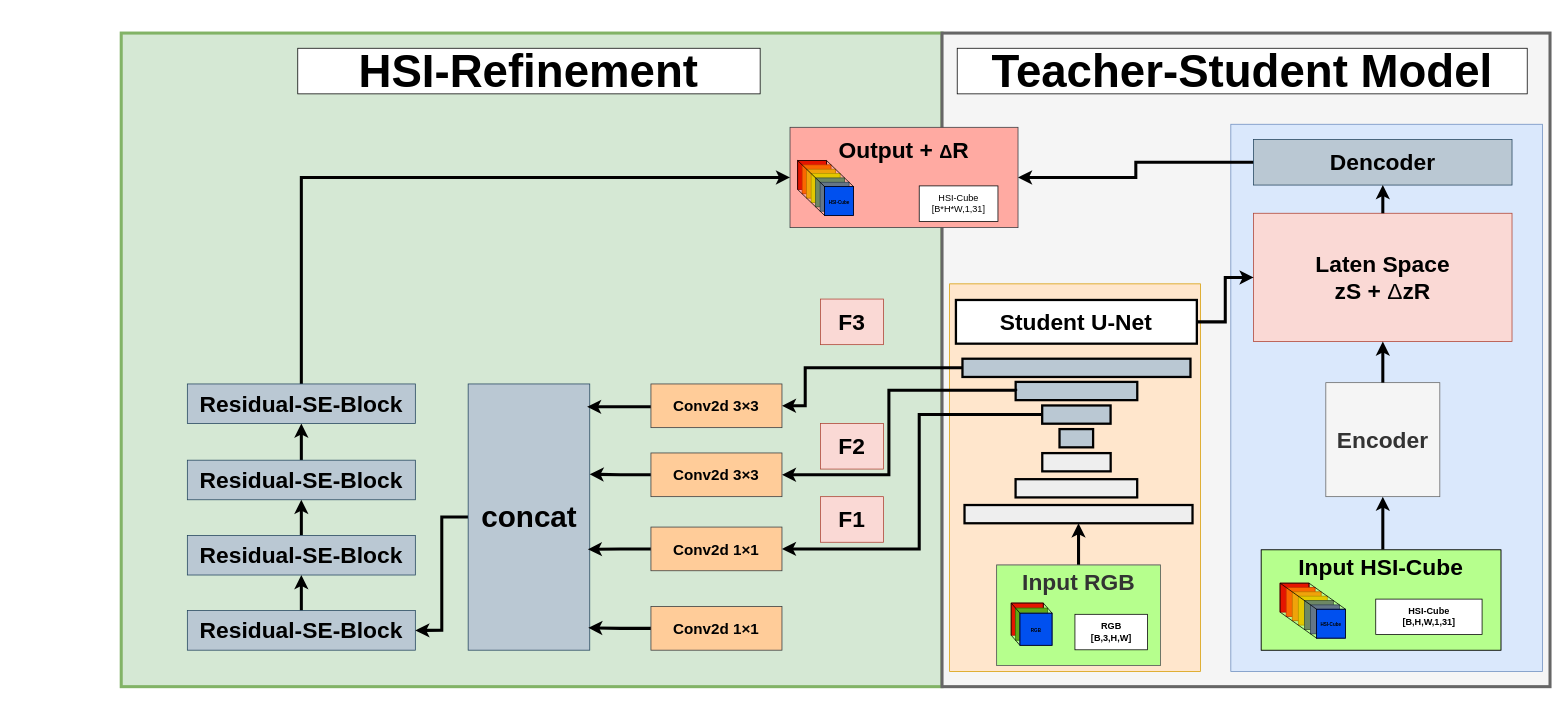
This is page "Kopie von Seite-1" (2 of 3) of deltaRefinement.drawio from Kevb-source/diagramms.net, a draw.io file, before an edit. Source tidied: cells renumbered, new cells numbered last; positions are measured from the earlier drawing's top-left corner, leaving out a move shared by most shapes. Both pictures are drawn from the tidied source at 76%, with x=0, y=0 at pixel (121, 33).
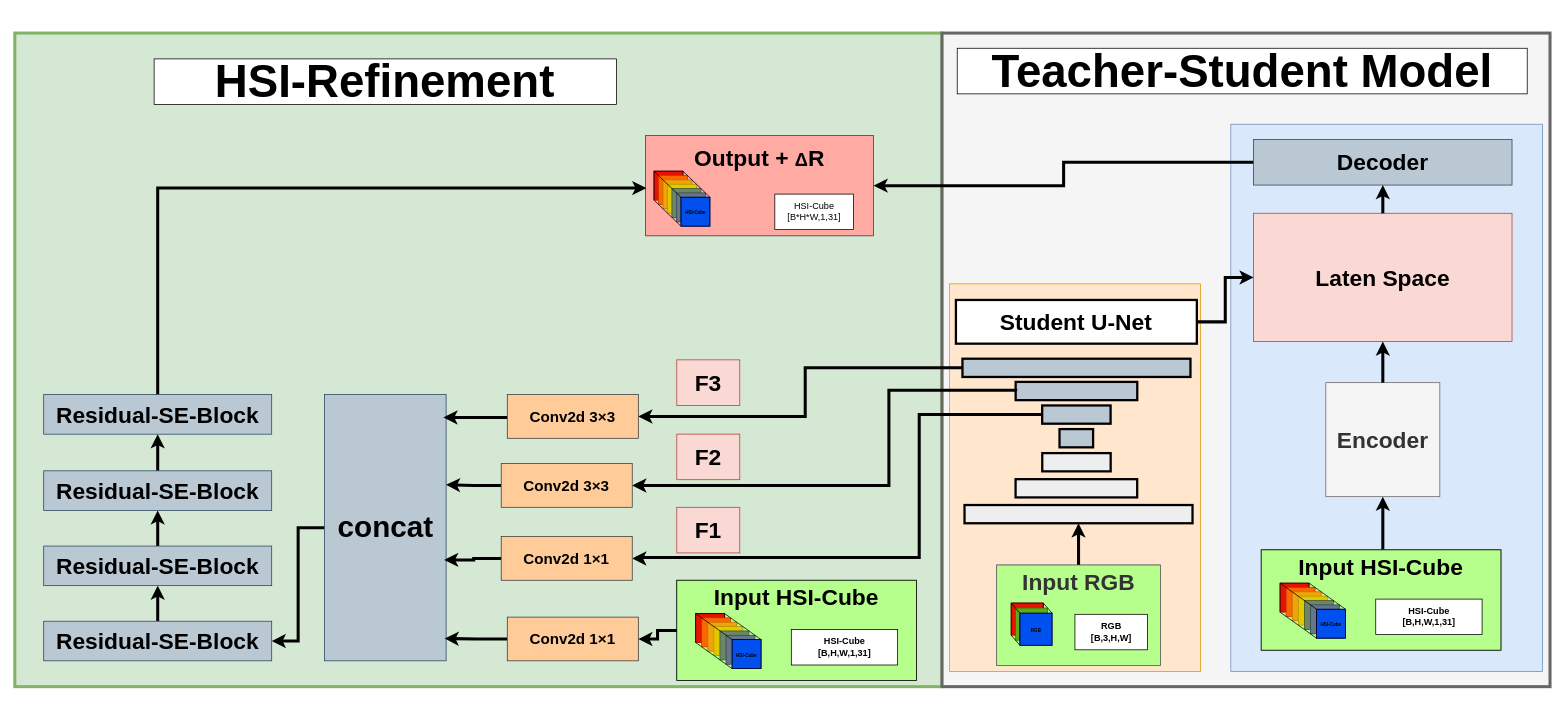
After the change.

Unchanged cells that the change refers to:
```xml
<mxCell id="3" style="group;fillColor=default;" parent="1" vertex="1">
  <mxGeometry x="1080" width="800" height="860" as="geometry" />
</mxCell>
<mxCell id="9" style="rounded=0;whiteSpace=wrap;html=1;fillColor=#BAC8D3;strokeColor=#000000;strokeWidth=3;fontColor=#ffffff;" parent="3" vertex="1">
  <mxGeometry x="26.9" y="428.5" width="300" height="24" as="geometry" />
</mxCell>
<mxCell id="11" style="rounded=0;whiteSpace=wrap;html=1;fillColor=#BAC8D3;strokeColor=#000000;strokeWidth=3;fontColor=#ffffff;" parent="3" vertex="1">
  <mxGeometry x="96.9" y="459" width="160" height="24" as="geometry" />
</mxCell>
<mxCell id="12" style="rounded=0;whiteSpace=wrap;html=1;fillColor=#BAC8D3;strokeColor=#000000;strokeWidth=3;fontColor=#ffffff;" parent="3" vertex="1">
  <mxGeometry x="131.8" y="490" width="90" height="24" as="geometry" />
</mxCell>
```

Diff of the diagram source:
```diff
@@
     <mxCell id="2" value="&lt;h1&gt;&lt;br&gt;&lt;/h1&gt;" style="rounded=0;whiteSpace=wrap;html=1;strokeWidth=4;fillColor=#d5e8d4;strokeColor=#82b366;" parent="1" vertex="1">
-      <mxGeometry width="1080" height="860" as="geometry" />
+      <mxGeometry x="-140" width="1220" height="860" as="geometry" />
     </mxCell>
@@
-    <mxCell id="30" style="group;" parent="3" vertex="1">
-      <mxGeometry x="-60" y="124" width="217.5" height="132" as="geometry" />
-    </mxCell>
-    <mxCell id="31" value="&lt;br&gt;&lt;h1 align=&quot;center&quot;&gt;&lt;span&gt;&lt;font style=&quot;font-size: 30px;&quot;&gt;Output +&amp;nbsp;&lt;/font&gt;&lt;/span&gt;Δ&lt;span&gt;&lt;font style=&quot;font-size: 30px;&quot;&gt;R&lt;/font&gt;&lt;/span&gt;&lt;/h1&gt;&lt;div&gt;&lt;br&gt;&lt;/div&gt;&lt;div&gt;&lt;br&gt;&lt;/div&gt;&lt;div&gt;&lt;br&gt;&lt;/div&gt;&lt;div&gt;&lt;br&gt;&lt;/div&gt;&lt;div&gt;&lt;br&gt;&lt;/div&gt;&lt;div&gt;&lt;br&gt;&lt;/div&gt;" style="rounded=0;whiteSpace=wrap;html=1;align=center;fillColor=#FFAAA2;strokeColor=#36393d;fontStyle=0;" parent="30" vertex="1">
-      <mxGeometry x="-140" width="300" height="132" as="geometry" />
+    <mxCell id="31" value="&lt;br&gt;&lt;h1 align=&quot;center&quot;&gt;&lt;span&gt;&lt;font style=&quot;font-size: 30px;&quot;&gt;Output +&amp;nbsp;&lt;/font&gt;&lt;/span&gt;Δ&lt;span&gt;&lt;font style=&quot;font-size: 30px;&quot;&gt;R&lt;/font&gt;&lt;/span&gt;&lt;/h1&gt;&lt;div&gt;&lt;br&gt;&lt;/div&gt;&lt;div&gt;&lt;br&gt;&lt;/div&gt;&lt;div&gt;&lt;br&gt;&lt;/div&gt;&lt;div&gt;&lt;br&gt;&lt;/div&gt;&lt;div&gt;&lt;br&gt;&lt;/div&gt;&lt;div&gt;&lt;br&gt;&lt;/div&gt;" style="rounded=0;whiteSpace=wrap;html=1;align=center;fillColor=#FFAAA2;strokeColor=#36393d;fontStyle=0;" parent="3" vertex="1">
+      <mxGeometry x="-390" y="134.8" width="300" height="132" as="geometry" />
     </mxCell>
-    <mxCell id="32" value="HSI-Cube&lt;br&gt;[B*H*W,1,31]" style="rounded=0;whiteSpace=wrap;html=1;" parent="30" vertex="1">
-      <mxGeometry x="30" y="77.1" width="103.6" height="46.7" as="geometry" />
+    <mxCell id="32" value="HSI-Cube&lt;br&gt;[B*H*W,1,31]" style="rounded=0;whiteSpace=wrap;html=1;" parent="3" vertex="1">
+      <mxGeometry x="-220" y="211.9" width="103.6" height="46.7" as="geometry" />
     </mxCell>
-    <mxCell id="33" style="group;" parent="30" vertex="1">
-      <mxGeometry x="-130" y="43.7" width="82.9" height="80" as="geometry" />
-    </mxCell>
-    <mxCell id="34" style="whiteSpace=wrap;html=1;fillColor=#e51400;fontColor=#ffffff;strokeColor=#B20000;" parent="33" vertex="1">
-      <mxGeometry width="38.1" height="38.1" as="geometry" />
+    <mxCell id="34" style="whiteSpace=wrap;html=1;fillColor=#e51400;fontColor=#ffffff;strokeColor=#B20000;" parent="3" vertex="1">
+      <mxGeometry x="-379" y="181.7" width="38.1" height="38.1" as="geometry" />
     </mxCell>
-    <mxCell id="35" style="endArrow=none;html=1;rounded=0;entryX=1;entryY=0;entryDx=0;entryDy=0;exitX=1;exitY=1;exitDx=0;exitDy=0;" parent="33" edge="1" source="34" target="34">
+    <mxCell id="35" style="endArrow=none;html=1;rounded=0;entryX=1;entryY=0;entryDx=0;entryDy=0;exitX=1;exitY=1;exitDx=0;exitDy=0;" parent="3" edge="1" source="34" target="34">
       <mxGeometry relative="1" as="geometry" />
     </mxCell>
-    <mxCell id="36" style="whiteSpace=wrap;html=1;fillColor=#fa6800;fontColor=#000000;strokeColor=#C73500;" parent="33" vertex="1">
-      <mxGeometry x="5.9" y="5.7" width="38.1" height="38.1" as="geometry" />
+    <mxCell id="36" style="whiteSpace=wrap;html=1;fillColor=#fa6800;fontColor=#000000;strokeColor=#C73500;" parent="3" vertex="1">
+      <mxGeometry x="-373.1" y="187.5" width="38.1" height="38.1" as="geometry" />
     </mxCell>
-    <mxCell id="37" style="whiteSpace=wrap;html=1;fillColor=#f0a30a;fontColor=#000000;strokeColor=#BD7000;" parent="33" vertex="1">
-      <mxGeometry x="11.8" y="11.4" width="38.1" height="38.1" as="geometry" />
+    <mxCell id="37" style="whiteSpace=wrap;html=1;fillColor=#f0a30a;fontColor=#000000;strokeColor=#BD7000;" parent="3" vertex="1">
+      <mxGeometry x="-367.2" y="193.2" width="38.1" height="38.1" as="geometry" />
     </mxCell>
-    <mxCell id="38" style="whiteSpace=wrap;html=1;fillColor=#e3c800;fontColor=#000000;strokeColor=#B09500;" parent="33" vertex="1">
-      <mxGeometry x="17.8" y="17.1" width="38.1" height="38.1" as="geometry" />
+    <mxCell id="38" style="whiteSpace=wrap;html=1;fillColor=#e3c800;fontColor=#000000;strokeColor=#B09500;" parent="3" vertex="1">
+      <mxGeometry x="-361.3" y="198.9" width="38.1" height="38.1" as="geometry" />
     </mxCell>
-    <mxCell id="39" style="whiteSpace=wrap;html=1;fillColor=#6d8764;fontColor=#ffffff;strokeColor=#3A5431;" parent="33" vertex="1">
-      <mxGeometry x="23.7" y="22.9" width="38.1" height="38.1" as="geometry" />
+    <mxCell id="39" style="whiteSpace=wrap;html=1;fillColor=#6d8764;fontColor=#ffffff;strokeColor=#3A5431;" parent="3" vertex="1">
+      <mxGeometry x="-355.4" y="204.6" width="38.1" height="38.1" as="geometry" />
     </mxCell>
-    <mxCell id="40" style="whiteSpace=wrap;html=1;fillColor=#647687;fontColor=#ffffff;strokeColor=#314354;" parent="33" vertex="1">
-      <mxGeometry x="29.6" y="28.6" width="38.1" height="38.1" as="geometry" />
+    <mxCell id="40" style="whiteSpace=wrap;html=1;fillColor=#647687;fontColor=#ffffff;strokeColor=#314354;" parent="3" vertex="1">
+      <mxGeometry x="-349.4" y="210.3" width="38.1" height="38.1" as="geometry" />
     </mxCell>
-    <mxCell id="41" style="whiteSpace=wrap;html=1;fillColor=#0050ef;strokeColor=#001DBC;fontColor=#ffffff;" parent="33" vertex="1">
-      <mxGeometry x="35.5" y="34.3" width="38.1" height="38.1" as="geometry" />
+    <mxCell id="41" style="whiteSpace=wrap;html=1;fillColor=#0050ef;strokeColor=#001DBC;fontColor=#ffffff;" parent="3" vertex="1">
+      <mxGeometry x="-343.5" y="216" width="38.1" height="38.1" as="geometry" />
     </mxCell>
-    <mxCell id="42" value="&lt;div align=&quot;center&quot;&gt;&lt;font style=&quot;font-size: 6px;&quot;&gt;&lt;b&gt;HSI-Cube&lt;/b&gt;&lt;/font&gt;&lt;/div&gt;" style="whiteSpace=wrap;html=1;fillColor=none;align=center;" parent="33" vertex="1">
-      <mxGeometry x="35.5" y="34.3" width="38.1" height="38.1" as="geometry" />
+    <mxCell id="42" value="&lt;div align=&quot;center&quot;&gt;&lt;font style=&quot;font-size: 6px;&quot;&gt;&lt;b&gt;HSI-Cube&lt;/b&gt;&lt;/font&gt;&lt;/div&gt;" style="whiteSpace=wrap;html=1;fillColor=none;align=center;" parent="3" vertex="1">
+      <mxGeometry x="-343.5" y="216" width="38.1" height="38.1" as="geometry" />
     </mxCell>
-    <mxCell id="43" style="endArrow=none;html=1;rounded=0;entryX=1;entryY=0;entryDx=0;entryDy=0;exitX=1;exitY=0;exitDx=0;exitDy=0;" parent="33" edge="1" source="34" target="42">
+    <mxCell id="43" style="endArrow=none;html=1;rounded=0;entryX=1;entryY=0;entryDx=0;entryDy=0;exitX=1;exitY=0;exitDx=0;exitDy=0;" parent="3" edge="1" source="34" target="42">
       <mxGeometry relative="1" as="geometry" />
     </mxCell>
-    <mxCell id="44" style="endArrow=none;html=1;rounded=0;entryX=0;entryY=0;entryDx=0;entryDy=0;exitX=0;exitY=0;exitDx=0;exitDy=0;" parent="33" edge="1" source="34" target="42">
+    <mxCell id="44" style="endArrow=none;html=1;rounded=0;entryX=0;entryY=0;entryDx=0;entryDy=0;exitX=0;exitY=0;exitDx=0;exitDy=0;" parent="3" edge="1" source="34" target="42">
       <mxGeometry relative="1" as="geometry" />
     </mxCell>
-    <mxCell id="45" style="endArrow=none;html=1;rounded=0;entryX=0;entryY=1;entryDx=0;entryDy=0;exitX=0;exitY=1;exitDx=0;exitDy=0;" parent="33" edge="1" source="34" target="42">
+    <mxCell id="45" style="endArrow=none;html=1;rounded=0;entryX=0;entryY=1;entryDx=0;entryDy=0;exitX=0;exitY=1;exitDx=0;exitDy=0;" parent="3" edge="1" source="34" target="42">
       <mxGeometry relative="1" as="geometry" />
     </mxCell>
-    <mxCell id="46" style="endArrow=none;html=1;rounded=0;entryX=0;entryY=0;entryDx=0;entryDy=0;exitX=0;exitY=1;exitDx=0;exitDy=0;" parent="33" edge="1" source="34" target="34">
+    <mxCell id="46" style="endArrow=none;html=1;rounded=0;entryX=0;entryY=0;entryDx=0;entryDy=0;exitX=0;exitY=1;exitDx=0;exitDy=0;" parent="3" edge="1" source="34" target="34">
       <mxGeometry relative="1" as="geometry" />
     </mxCell>
-    <mxCell id="47" style="endArrow=none;html=1;rounded=0;entryX=0;entryY=0;entryDx=0;entryDy=0;exitX=1;exitY=0;exitDx=0;exitDy=0;" parent="33" edge="1" source="34" target="34">
+    <mxCell id="47" style="endArrow=none;html=1;rounded=0;entryX=0;entryY=0;entryDx=0;entryDy=0;exitX=1;exitY=0;exitDx=0;exitDy=0;" parent="3" edge="1" source="34" target="34">
       <mxGeometry relative="1" as="geometry" />
     </mxCell>
@@
-    <mxCell id="50" value="&lt;div&gt;&lt;font&gt;Laten Space&lt;/font&gt;&lt;/div&gt;&lt;div&gt;&lt;font&gt;zS +&amp;nbsp;&lt;/font&gt;&lt;span style=&quot;font-weight: normal;&quot;&gt;Δ&lt;/span&gt;&lt;font&gt;z&lt;/font&gt;&lt;font&gt;R&lt;/font&gt;&lt;/div&gt;" style="rounded=0;whiteSpace=wrap;html=1;fillColor=#fad9d5;strokeColor=#ae4132;fontStyle=1;fontSize=30;" parent="1" vertex="1">
+    <mxCell id="50" value="&lt;div&gt;&lt;font&gt;Laten Space&lt;/font&gt;&lt;/div&gt;" style="rounded=0;whiteSpace=wrap;html=1;fillColor=#fad9d5;strokeColor=#ae4132;fontStyle=1;fontSize=30;" parent="1" vertex="1">
       <mxGeometry x="1490" y="237.1" width="340" height="168.9" as="geometry" />
     </mxCell>
@@
-    <mxCell id="52" value="&lt;font style=&quot;font-size: 30px;&quot;&gt;Dencoder&lt;/font&gt;" style="rounded=0;whiteSpace=wrap;html=1;fillColor=#bac8d3;strokeColor=#23445d;fontStyle=1;" parent="1" vertex="1">
+    <mxCell id="52" value="&lt;font style=&quot;font-size: 30px;&quot;&gt;Decoder&lt;/font&gt;" style="rounded=0;whiteSpace=wrap;html=1;fillColor=#bac8d3;strokeColor=#23445d;fontStyle=1;" parent="1" vertex="1">
       <mxGeometry x="1490" y="140" width="340" height="60" as="geometry" />
     </mxCell>
@@
     <mxCell id="75" value="&lt;font style=&quot;font-size: 30px;&quot;&gt;F1&lt;/font&gt;" style="rounded=0;whiteSpace=wrap;html=1;fillColor=#fad9d5;strokeColor=#ae4132;fontStyle=1;" parent="1" vertex="1">
-      <mxGeometry x="920" y="610" width="82.9" height="60" as="geometry" />
+      <mxGeometry x="731" y="624" width="82.9" height="60" as="geometry" />
     </mxCell>
     <mxCell id="76" value="&lt;font style=&quot;font-size: 30px;&quot;&gt;F2&lt;/font&gt;" style="rounded=0;whiteSpace=wrap;html=1;fillColor=#fad9d5;strokeColor=#ae4132;fontStyle=1;" parent="1" vertex="1">
-      <mxGeometry x="920" y="513.7" width="82.9" height="60" as="geometry" />
+      <mxGeometry x="731" y="527.7" width="82.9" height="60" as="geometry" />
     </mxCell>
     <mxCell id="77" value="&lt;font style=&quot;font-size: 30px;&quot;&gt;F3&lt;/font&gt;" style="rounded=0;whiteSpace=wrap;html=1;fillColor=#fad9d5;strokeColor=#ae4132;fontStyle=1;" parent="1" vertex="1">
-      <mxGeometry x="920" y="350" width="82.9" height="60" as="geometry" />
+      <mxGeometry x="731" y="430" width="82.9" height="60" as="geometry" />
     </mxCell>
-    <mxCell id="78" style="edgeStyle=orthogonalEdgeStyle;rounded=0;jettySize=auto;html=1;strokeWidth=4;exitX=0.5;exitY=0;exitDx=0;exitDy=0;entryX=0;entryY=0.5;entryDx=0;entryDy=0;" parent="1" edge="1" source="92" target="31">
+    <mxCell id="78" style="edgeStyle=orthogonalEdgeStyle;rounded=0;jettySize=auto;html=1;strokeWidth=4;exitX=0.5;exitY=0;exitDx=0;exitDy=0;entryX=0;entryY=0.5;entryDx=0;entryDy=0;" parent="1" edge="1" source="92">
       <mxGeometry relative="1" as="geometry">
+        <mxPoint x="691" y="204" as="targetPoint" />
         <Array as="points">
-          <mxPoint x="237" y="190" />
+          <mxPoint x="48" y="204" />
         </Array>
       </mxGeometry>
     </mxCell>
     <mxCell id="79" style="edgeStyle=orthogonalEdgeStyle;rounded=0;jettySize=auto;html=1;entryX=1;entryY=0.5;entryDx=0;entryDy=0;strokeWidth=4;" parent="1" edge="1" source="9" target="94">
       <mxGeometry relative="1" as="geometry">
         <Array as="points">
           <mxPoint x="900" y="440.5" />
-          <mxPoint x="900" y="490.4" />
+          <mxPoint x="900" y="504.4" />
         </Array>
       </mxGeometry>
     </mxCell>
     <mxCell id="80" style="edgeStyle=orthogonalEdgeStyle;rounded=0;jettySize=auto;html=1;strokeWidth=4;exitX=0;exitY=0.5;exitDx=0;exitDy=0;entryX=1;entryY=0.5;entryDx=0;entryDy=0;" parent="1" edge="1" source="11" target="97">
       <mxGeometry relative="1" as="geometry">
         <Array as="points">
           <mxPoint x="1010.1" y="470" />
-          <mxPoint x="1010.1" y="581.3" />
+          <mxPoint x="1010.1" y="595.2" />
         </Array>
       </mxGeometry>
     </mxCell>
     <mxCell id="81" style="edgeStyle=orthogonalEdgeStyle;rounded=0;jettySize=auto;html=1;strokeWidth=4;entryX=1;entryY=0.5;entryDx=0;entryDy=0;" parent="1" edge="1" source="12" target="96">
       <mxGeometry relative="1" as="geometry">
         <Array as="points">
           <mxPoint x="1050" y="502" />
-          <mxPoint x="1050" y="678.8" />
+          <mxPoint x="1050" y="690" />
+          <mxPoint x="680.4" y="690" />
         </Array>
       </mxGeometry>
     </mxCell>
@@
     <mxCell id="83" value="Residual-SE-Block" style="rounded=0;whiteSpace=wrap;html=1;fillColor=#bac8d3;strokeColor=#23445d;fontStyle=1;fontSize=30;" parent="1" vertex="1">
-      <mxGeometry x="87" y="759.9" width="300" height="52.1" as="geometry" />
+      <mxGeometry x="-102" y="773.9" width="300" height="52.1" as="geometry" />
     </mxCell>
@@
     <mxCell id="85" value="&lt;font style=&quot;font-size: 39px;&quot;&gt;concat&lt;/font&gt;" style="rounded=0;whiteSpace=wrap;html=1;fillColor=#bac8d3;strokeColor=#23445d;fontStyle=1;" parent="1" vertex="1">
-      <mxGeometry x="456.5" y="461.7" width="160" height="350.3" as="geometry" />
+      <mxGeometry x="267.5" y="475.7" width="160" height="350.3" as="geometry" />
     </mxCell>
@@
     <mxCell id="87" style="edgeStyle=orthogonalEdgeStyle;rounded=0;jettySize=auto;html=1;entryX=0.978;entryY=0.086;entryDx=0;entryDy=0;entryPerimeter=0;strokeWidth=4;" parent="1" edge="1" source="94" target="85">
       <mxGeometry relative="1" as="geometry">
         <Array as="points">
-          <mxPoint x="670" y="491.8" />
-          <mxPoint x="670" y="491.8" />
+          <mxPoint x="481" y="505.8" />
+          <mxPoint x="481" y="505.8" />
         </Array>
       </mxGeometry>
     </mxCell>
@@
     <mxCell id="89" value="Residual-SE-Block" style="rounded=0;whiteSpace=wrap;html=1;fillColor=#bac8d3;strokeColor=#23445d;fontStyle=1;fontSize=30;" parent="1" vertex="1">
-      <mxGeometry x="87" y="661" width="300" height="52.1" as="geometry" />
+      <mxGeometry x="-102" y="675" width="300" height="52.1" as="geometry" />
     </mxCell>
@@
     <mxCell id="91" value="Residual-SE-Block" style="rounded=0;whiteSpace=wrap;html=1;fillColor=#bac8d3;strokeColor=#23445d;fontStyle=1;fontSize=30;" parent="1" vertex="1">
-      <mxGeometry x="87" y="562" width="300" height="52.1" as="geometry" />
+      <mxGeometry x="-102" y="576" width="300" height="52.1" as="geometry" />
     </mxCell>
     <mxCell id="92" value="Residual-SE-Block" style="rounded=0;whiteSpace=wrap;html=1;fillColor=#bac8d3;strokeColor=#23445d;fontStyle=1;fontSize=30;" parent="1" vertex="1">
-      <mxGeometry x="87" y="461.7" width="300" height="52.1" as="geometry" />
+      <mxGeometry x="-102" y="475.7" width="300" height="52.1" as="geometry" />
     </mxCell>
     <mxCell id="93" value="&lt;h1&gt;&lt;font&gt;&lt;span style=&quot;font-family: Aptos; color: black; font-weight: bold;&quot;&gt;HSI-&lt;/span&gt;&lt;font&gt;Refinement&lt;/font&gt;&lt;/font&gt;&lt;/h1&gt;" style="rounded=0;whiteSpace=wrap;html=1;fontSize=30;" parent="1" vertex="1">
-      <mxGeometry x="232.3" y="20" width="608.4" height="60" as="geometry" />
+      <mxGeometry x="43.3" y="34" width="608.4" height="60" as="geometry" />
     </mxCell>
     <mxCell id="94" value="&lt;div&gt;Conv2d 3×3&lt;/div&gt;" style="rounded=0;whiteSpace=wrap;html=1;fillColor=#ffcc99;strokeColor=#36393d;fontStyle=1;fontSize=20;" parent="1" vertex="1">
-      <mxGeometry x="697" y="461.7" width="172.4" height="57.5" as="geometry" />
+      <mxGeometry x="508" y="475.7" width="172.4" height="57.5" as="geometry" />
     </mxCell>
@@
     <mxCell id="96" value="&lt;div&gt;Conv2d 1×1&lt;/div&gt;" style="rounded=0;whiteSpace=wrap;html=1;fillColor=#ffcc99;strokeColor=#36393d;fontStyle=1;fontSize=20;" parent="1" vertex="1">
-      <mxGeometry x="697" y="650" width="172.4" height="57.5" as="geometry" />
+      <mxGeometry x="500" y="662.5" width="172.4" height="57.5" as="geometry" />
     </mxCell>
     <mxCell id="97" value="&lt;div&gt;Conv2d 3×3&lt;/div&gt;" style="rounded=0;whiteSpace=wrap;html=1;fillColor=#ffcc99;strokeColor=#36393d;fontStyle=1;fontSize=20;" parent="1" vertex="1">
-      <mxGeometry x="697" y="552.5" width="172.4" height="57.5" as="geometry" />
+      <mxGeometry x="500" y="566.5" width="172.4" height="57.5" as="geometry" />
     </mxCell>
@@
     <mxCell id="99" value="&lt;div&gt;Conv2d 1×1&lt;/div&gt;" style="rounded=0;whiteSpace=wrap;html=1;fillColor=#ffcc99;strokeColor=#36393d;fontStyle=1;fontSize=20;" parent="1" vertex="1">
-      <mxGeometry x="697" y="754.5" width="172.4" height="57.5" as="geometry" />
+      <mxGeometry x="508" y="768.5" width="172.4" height="57.5" as="geometry" />
     </mxCell>
+    <mxCell id="100" style="group;fillColor=default;strokeColor=#36393d;fontStyle=1;" parent="1" vertex="1">
+      <mxGeometry x="731" y="720" width="315.4" height="132" as="geometry" />
+    </mxCell>
+    <mxCell id="101" value="&lt;br&gt;&lt;h1 align=&quot;center&quot;&gt;&lt;span&gt;&lt;font style=&quot;font-size: 30px;&quot;&gt;Input&lt;/font&gt;&lt;/span&gt;&lt;font style=&quot;font-size: 30px;&quot;&gt;&amp;nbsp;HSI-Cube&lt;/font&gt;&lt;/h1&gt;&lt;div&gt;&lt;br&gt;&lt;/div&gt;&lt;div&gt;&lt;br&gt;&lt;/div&gt;&lt;div&gt;&lt;br&gt;&lt;/div&gt;&lt;div&gt;&lt;br&gt;&lt;/div&gt;&lt;div&gt;&lt;br&gt;&lt;/div&gt;&lt;div&gt;&lt;br&gt;&lt;/div&gt;&lt;div&gt;&lt;br&gt;&lt;/div&gt;" style="rounded=0;whiteSpace=wrap;html=1;align=center;fillColor=#B6FF8D;fontStyle=1;" parent="100" vertex="1">
+      <mxGeometry width="315.4" height="132" as="geometry" />
+    </mxCell>
+    <mxCell id="102" style="group;fontStyle=1;" parent="100" vertex="1">
+      <mxGeometry x="24.8" y="43.8" width="111.9" height="80" as="geometry" />
+    </mxCell>
+    <mxCell id="103" style="whiteSpace=wrap;html=1;fillColor=#e51400;fontColor=#ffffff;strokeColor=#B20000;fontStyle=1;" parent="102" vertex="1">
+      <mxGeometry width="38.1" height="38.1" as="geometry" />
+    </mxCell>
+    <mxCell id="104" style="endArrow=none;html=1;rounded=0;entryX=1;entryY=0;entryDx=0;entryDy=0;exitX=1;exitY=1;exitDx=0;exitDy=0;fontStyle=1;" parent="102" edge="1" source="103" target="103">
+      <mxGeometry relative="1" as="geometry" />
+    </mxCell>
+    <mxCell id="105" style="whiteSpace=wrap;html=1;fillColor=#fa6800;fontColor=#000000;strokeColor=#C73500;fontStyle=1;" parent="102" vertex="1">
+      <mxGeometry x="8" y="5.7" width="38.1" height="38.1" as="geometry" />
+    </mxCell>
+    <mxCell id="106" style="whiteSpace=wrap;html=1;fillColor=#f0a30a;fontColor=#000000;strokeColor=#BD7000;fontStyle=1;" parent="102" vertex="1">
+      <mxGeometry x="16" y="11.4" width="38.1" height="38.1" as="geometry" />
+    </mxCell>
+    <mxCell id="107" style="whiteSpace=wrap;html=1;fillColor=#e3c800;fontColor=#000000;strokeColor=#B09500;fontStyle=1;" parent="102" vertex="1">
+      <mxGeometry x="24" y="17.1" width="38.1" height="38.1" as="geometry" />
+    </mxCell>
+    <mxCell id="108" style="whiteSpace=wrap;html=1;fillColor=#6d8764;fontColor=#ffffff;strokeColor=#3A5431;fontStyle=1;" parent="102" vertex="1">
+      <mxGeometry x="32" y="22.9" width="38.1" height="38.1" as="geometry" />
+    </mxCell>
+    <mxCell id="109" style="whiteSpace=wrap;html=1;fillColor=#647687;fontColor=#ffffff;strokeColor=#314354;fontStyle=1;" parent="102" vertex="1">
+      <mxGeometry x="40" y="28.6" width="38.1" height="38.1" as="geometry" />
+    </mxCell>
+    <mxCell id="110" style="whiteSpace=wrap;html=1;fillColor=#0050ef;strokeColor=#001DBC;fontColor=#ffffff;fontStyle=1;" parent="102" vertex="1">
+      <mxGeometry x="48" y="34.3" width="38.1" height="38.1" as="geometry" />
+    </mxCell>
+    <mxCell id="111" value="&lt;div align=&quot;center&quot;&gt;&lt;font style=&quot;font-size: 6px;&quot;&gt;&lt;span&gt;HSI-Cube&lt;/span&gt;&lt;/font&gt;&lt;/div&gt;" style="whiteSpace=wrap;html=1;fillColor=none;align=center;fontStyle=1;" parent="102" vertex="1">
+      <mxGeometry x="48" y="34.3" width="38.1" height="38.1" as="geometry" />
+    </mxCell>
+    <mxCell id="112" style="endArrow=none;html=1;rounded=0;entryX=1;entryY=0;entryDx=0;entryDy=0;exitX=1;exitY=0;exitDx=0;exitDy=0;fontStyle=1;" parent="102" edge="1" source="103" target="111">
+      <mxGeometry relative="1" as="geometry" />
+    </mxCell>
+    <mxCell id="113" style="endArrow=none;html=1;rounded=0;entryX=0;entryY=0;entryDx=0;entryDy=0;exitX=0;exitY=0;exitDx=0;exitDy=0;fontStyle=1;" parent="102" edge="1" source="103" target="111">
+      <mxGeometry relative="1" as="geometry" />
+    </mxCell>
+    <mxCell id="114" style="endArrow=none;html=1;rounded=0;entryX=0;entryY=1;entryDx=0;entryDy=0;exitX=0;exitY=1;exitDx=0;exitDy=0;fontStyle=1;" parent="102" edge="1" source="103" target="111">
+      <mxGeometry relative="1" as="geometry" />
+    </mxCell>
+    <mxCell id="115" style="endArrow=none;html=1;rounded=0;entryX=0;entryY=0;entryDx=0;entryDy=0;exitX=0;exitY=1;exitDx=0;exitDy=0;fontStyle=1;" parent="102" edge="1" source="103" target="103">
+      <mxGeometry relative="1" as="geometry" />
+    </mxCell>
+    <mxCell id="116" style="endArrow=none;html=1;rounded=0;entryX=0;entryY=0;entryDx=0;entryDy=0;exitX=1;exitY=0;exitDx=0;exitDy=0;fontStyle=1;" parent="102" edge="1" source="103" target="103">
+      <mxGeometry relative="1" as="geometry" />
+    </mxCell>
+    <mxCell id="117" value="HSI-Cube&lt;br&gt;[B,H,W,1,31]" style="rounded=0;whiteSpace=wrap;html=1;fontStyle=1;" parent="100" vertex="1">
+      <mxGeometry x="150.7" y="64.8" width="139.9" height="46.7" as="geometry" />
+    </mxCell>
+    <mxCell id="118" style="edgeStyle=orthogonalEdgeStyle;rounded=0;jettySize=auto;html=1;strokeWidth=4;" parent="1" edge="1" source="101" target="99">
+      <mxGeometry relative="1" as="geometry" />
+    </mxCell>
```
